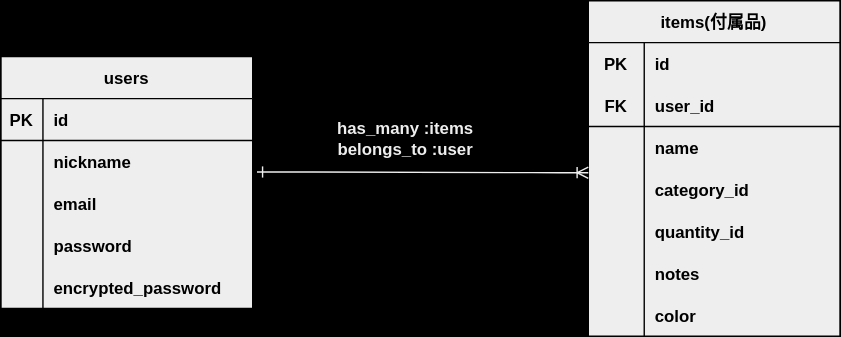
Above: korenanno2.drawio.svg in urakawakazuo0301/NaniKore (draw.io), before the change. Source tidied: cells renumbered, new cells last; positions are measured from the earlier drawing's top-left corner, leaving out a move shared by most shapes.
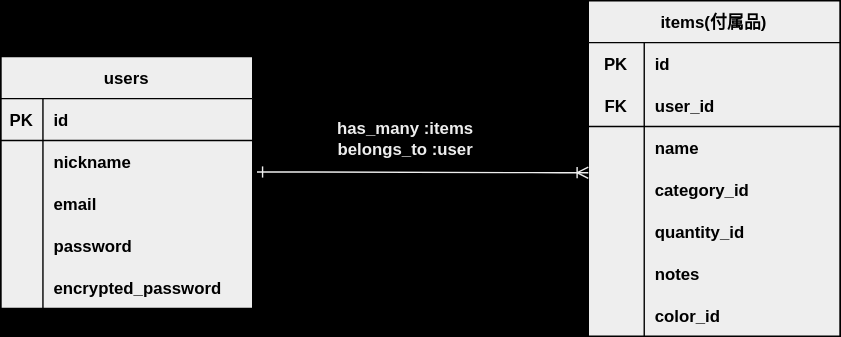
After the commit.

Change to the diagram source:
```diff
@@ -113,7 +113,7 @@
     <mxCell id="38" style="shape=partialRectangle;fillColor=none;top=0;left=0;bottom=0;right=0;overflow=hidden;labelBackgroundColor=none;strokeColor=#FFFFFF;" parent="37" vertex="1">
       <mxGeometry width="40" height="30" as="geometry" />
     </mxCell>
-    <mxCell id="39" value="color" style="shape=partialRectangle;fillColor=none;top=0;left=0;bottom=0;right=0;align=left;spacingLeft=6;overflow=hidden;labelBackgroundColor=none;strokeColor=#FFFFFF;fontColor=#000000;fontStyle=1;" parent="37" vertex="1">
+    <mxCell id="39" value="color_id" style="shape=partialRectangle;fillColor=none;top=0;left=0;bottom=0;right=0;align=left;spacingLeft=6;overflow=hidden;labelBackgroundColor=none;strokeColor=#FFFFFF;fontColor=#000000;fontStyle=1;" parent="37" vertex="1">
       <mxGeometry x="40" width="140" height="30" as="geometry" />
     </mxCell>
     <mxCell id="40" style="edgeStyle=entityRelationEdgeStyle;fontSize=12;html=1;endArrow=ERoneToMany;endFill=0;startArrow=ERone;startFill=0;exitX=1.017;exitY=0.75;exitDx=0;exitDy=0;exitPerimeter=0;labelBackgroundColor=none;fontColor=#F0F0F0;strokeColor=#EEEEEE;" parent="1" edge="1" source="6">
```
